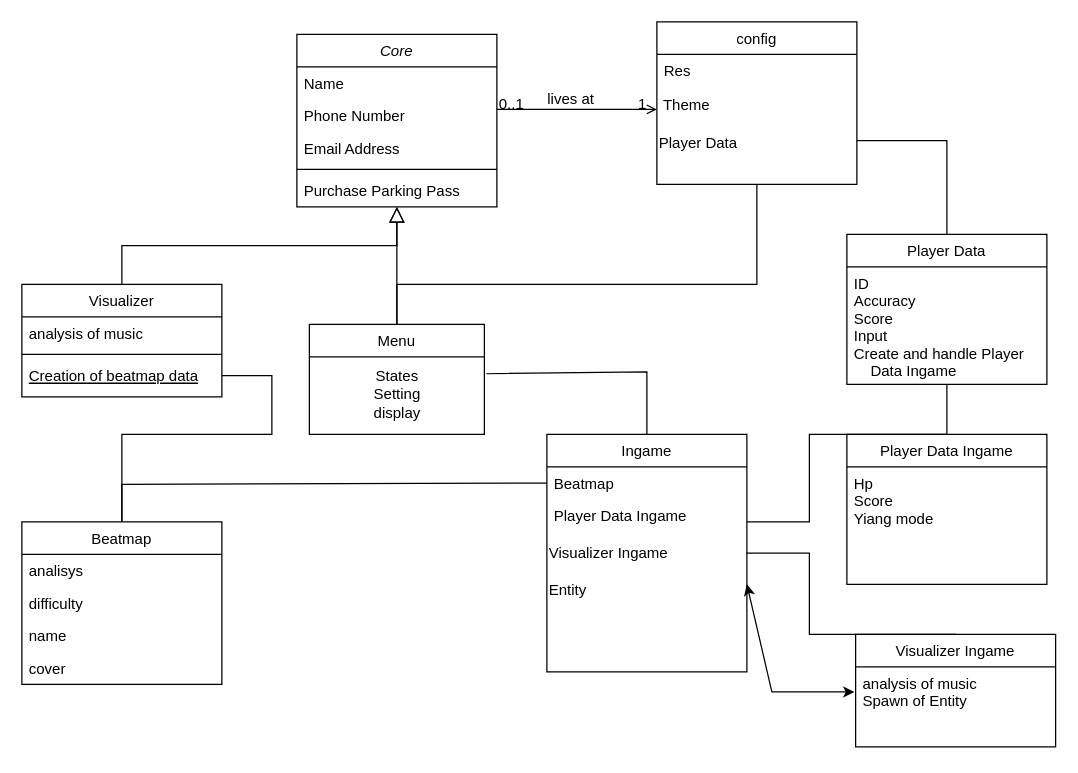
KyotoVania/RythmGameSfmlCpp keeps this draw.io diagram as Diagramme sans nom.drawio. Above is the earlier version. Source tidied: cells renumbered, new cells numbered last; positions are measured from the earlier drawing's top-left corner, leaving out a move shared by most shapes. Both pictures are drawn from the tidied source at 125%, with x=0, y=0 at pixel (21, 21).
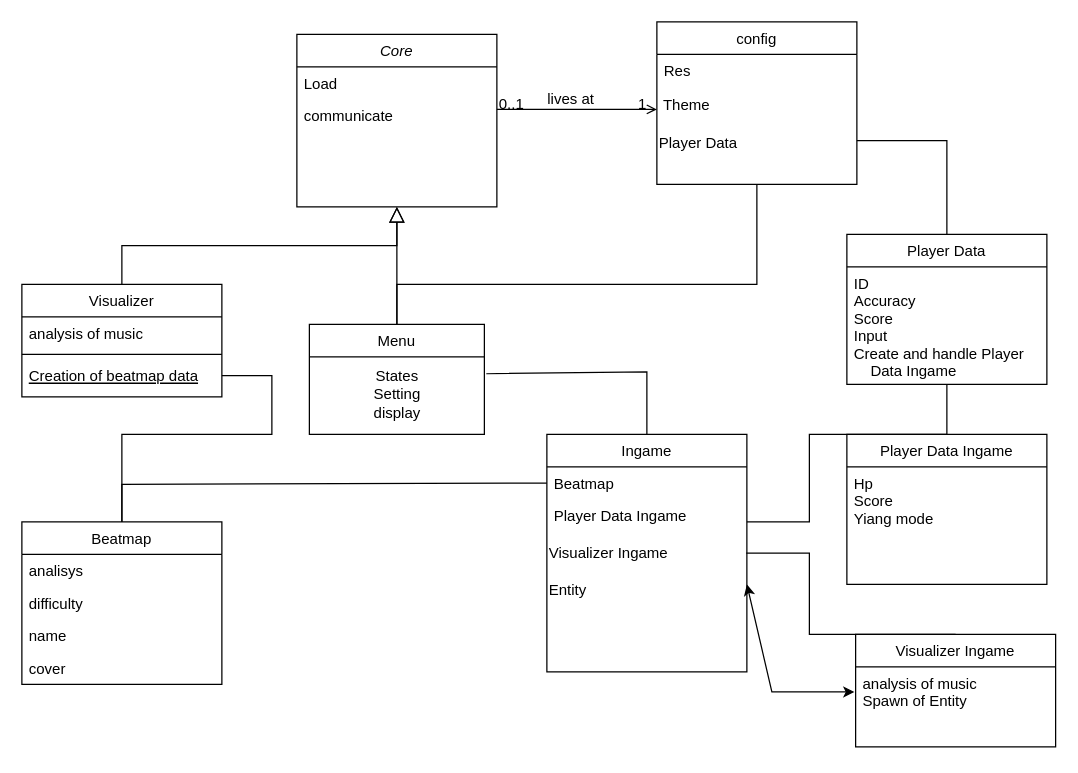
The same page after the edit.

Commit message:
fix core work in rpogress

Unchanged cells that the change refers to:
```xml
<mxCell id="2" value="Core" style="swimlane;fontStyle=2;align=center;verticalAlign=top;horizontal=1;startSize=26;rounded=0;shadow=0;strokeWidth=1;" parent="1" vertex="1">
  <mxGeometry x="220" y="10" width="160" height="138" as="geometry" />
</mxCell>
```

What changed in the source:
```diff
@@
-    <mxCell id="3" value="Name" style="text;align=left;verticalAlign=top;spacingLeft=4;spacingRight=4;overflow=hidden;" parent="2" vertex="1">
+    <mxCell id="3" value="Load" style="text;align=left;verticalAlign=top;spacingLeft=4;spacingRight=4;overflow=hidden;" parent="2" vertex="1">
       <mxGeometry y="26" width="160" height="26" as="geometry" />
     </mxCell>
-    <mxCell id="4" value="Phone Number" style="text;align=left;verticalAlign=top;spacingLeft=4;spacingRight=4;overflow=hidden;rounded=0;shadow=0;html=0;" parent="2" vertex="1">
-      <mxGeometry y="52" width="160" height="26" as="geometry" />
-    </mxCell>
-    <mxCell id="5" value="Email Address" style="text;align=left;verticalAlign=top;spacingLeft=4;spacingRight=4;overflow=hidden;rounded=0;shadow=0;html=0;" parent="2" vertex="1">
-      <mxGeometry y="78" width="160" height="26" as="geometry" />
-    </mxCell>
-    <mxCell id="6" style="line;html=1;strokeWidth=1;align=left;verticalAlign=middle;spacingTop=-1;spacingLeft=3;spacingRight=3;labelPosition=right;" parent="2" vertex="1">
-      <mxGeometry y="104" width="160" height="8" as="geometry" />
-    </mxCell>
-    <mxCell id="7" value="Purchase Parking Pass" style="text;align=left;verticalAlign=top;spacingLeft=4;spacingRight=4;overflow=hidden;" parent="2" vertex="1">
-      <mxGeometry y="112" width="160" height="26" as="geometry" />
-    </mxCell>
+    <mxCell id="49" value="communicate" style="text;align=left;verticalAlign=top;spacingLeft=4;spacingRight=4;overflow=hidden;" parent="2" vertex="1">
+      <mxGeometry y="52" width="160" height="26" as="geometry" />
+    </mxCell>
```
